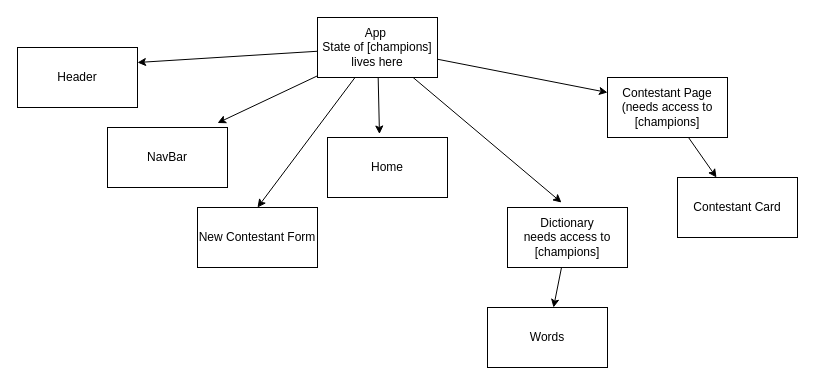
Above: src/components/Grid.drawio in caraerskine/spelling-bee-champions (draw.io), before the change. Source tidied: cells renumbered, new cells numbered last; positions are measured from the earlier drawing's top-left corner, leaving out a move shared by most shapes. Both pictures are drawn from the tidied source at 100%, with x=0, y=0 at pixel (17, 17).
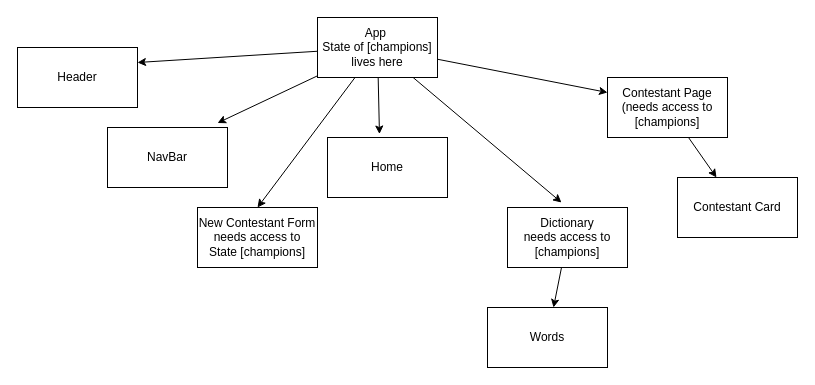
After the change.

Diff of the diagram source:
```diff
@@
 <mxGraphModel>
   <root>
     <mxCell id="0" />
     <mxCell id="1" parent="0" />
     <mxCell id="2" style="edgeStyle=none;html=1;entryX=1;entryY=0.25;entryDx=0;entryDy=0;" parent="1" edge="1" source="8" target="9">
       <mxGeometry relative="1" as="geometry" />
     </mxCell>
     <mxCell id="3" style="edgeStyle=none;html=1;entryX=0.917;entryY=-0.075;entryDx=0;entryDy=0;entryPerimeter=0;" parent="1" edge="1" source="8" target="10">
       <mxGeometry relative="1" as="geometry" />
     </mxCell>
     <mxCell id="4" style="edgeStyle=none;html=1;entryX=0.5;entryY=0;entryDx=0;entryDy=0;" parent="1" edge="1" source="8" target="12">
       <mxGeometry relative="1" as="geometry" />
     </mxCell>
     <mxCell id="5" style="edgeStyle=none;html=1;entryX=0.433;entryY=-0.058;entryDx=0;entryDy=0;entryPerimeter=0;" parent="1" edge="1" source="8" target="11">
       <mxGeometry relative="1" as="geometry" />
     </mxCell>
     <mxCell id="6" style="edgeStyle=none;html=1;entryX=0;entryY=0.25;entryDx=0;entryDy=0;" parent="1" edge="1" source="8" target="16">
       <mxGeometry relative="1" as="geometry" />
     </mxCell>
     <mxCell id="7" style="edgeStyle=none;html=1;entryX=0.45;entryY=-0.083;entryDx=0;entryDy=0;entryPerimeter=0;" parent="1" edge="1" source="8" target="14">
       <mxGeometry relative="1" as="geometry" />
     </mxCell>
     <mxCell id="8" value="App&amp;nbsp;&lt;br&gt;State of [champions] lives here" style="rounded=0;whiteSpace=wrap;html=1;" parent="1" vertex="1">
       <mxGeometry x="300" width="120" height="60" as="geometry" />
     </mxCell>
     <mxCell id="9" value="Header" style="rounded=0;whiteSpace=wrap;html=1;" parent="1" vertex="1">
       <mxGeometry y="30" width="120" height="60" as="geometry" />
     </mxCell>
     <mxCell id="10" value="NavBar" style="rounded=0;whiteSpace=wrap;html=1;" parent="1" vertex="1">
       <mxGeometry x="90" y="110" width="120" height="60" as="geometry" />
     </mxCell>
     <mxCell id="11" value="Home" style="rounded=0;whiteSpace=wrap;html=1;" parent="1" vertex="1">
       <mxGeometry x="310" y="120" width="120" height="60" as="geometry" />
     </mxCell>
-    <mxCell id="12" value="New Contestant Form" style="rounded=0;whiteSpace=wrap;html=1;" parent="1" vertex="1">
+    <mxCell id="12" value="New Contestant Form&lt;br&gt;needs access to State [champions]" style="rounded=0;whiteSpace=wrap;html=1;" parent="1" vertex="1">
       <mxGeometry x="180" y="190" width="120" height="60" as="geometry" />
     </mxCell>
     <mxCell id="13" style="edgeStyle=none;html=1;" parent="1" edge="1" source="14" target="17">
       <mxGeometry relative="1" as="geometry" />
     </mxCell>
     <mxCell id="14" value="Dictionary&lt;br&gt;needs access to [champions]" style="rounded=0;whiteSpace=wrap;html=1;" parent="1" vertex="1">
       <mxGeometry x="490" y="190" width="120" height="60" as="geometry" />
     </mxCell>
     <mxCell id="15" style="edgeStyle=none;html=1;" parent="1" edge="1" source="16" target="18">
       <mxGeometry relative="1" as="geometry" />
     </mxCell>
     <mxCell id="16" value="Contestant Page (needs access to [champions]" style="rounded=0;whiteSpace=wrap;html=1;" parent="1" vertex="1">
       <mxGeometry x="590" y="60" width="120" height="60" as="geometry" />
     </mxCell>
     <mxCell id="17" value="Words" style="rounded=0;whiteSpace=wrap;html=1;" parent="1" vertex="1">
       <mxGeometry x="470" y="290" width="120" height="60" as="geometry" />
     </mxCell>
     <mxCell id="18" value="Contestant Card" style="rounded=0;whiteSpace=wrap;html=1;" parent="1" vertex="1">
       <mxGeometry x="660" y="160" width="120" height="60" as="geometry" />
     </mxCell>
   </root>
 </mxGraphModel>
```
